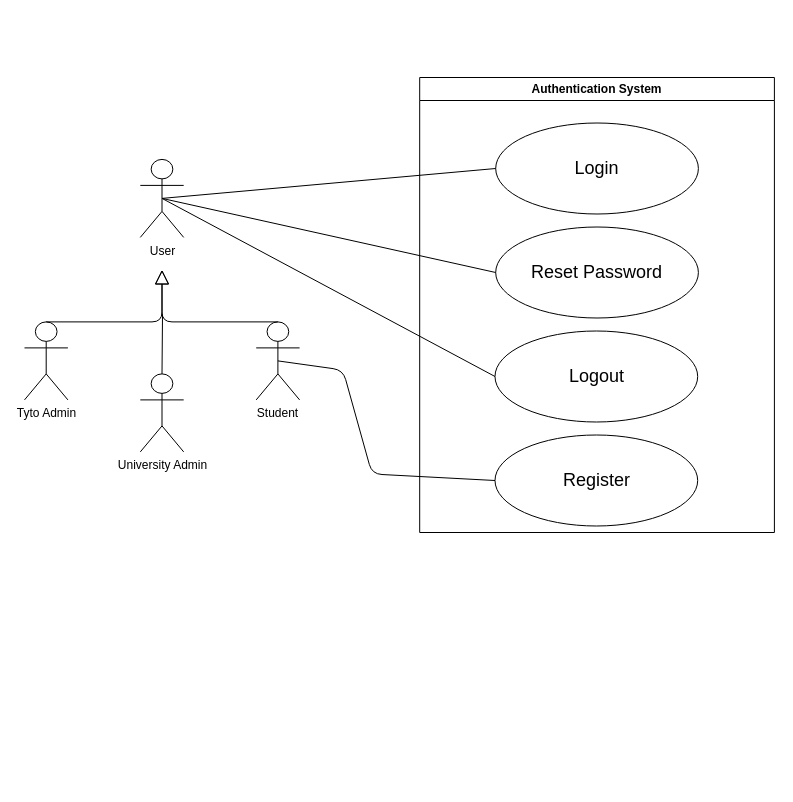
Above: page "Authentication System" (1 of 16) of dev/diagrams/requirements/Requirements.drawio in COS301-SE-2026/UMTAS (draw.io), before the change. Source tidied: cells renumbered, new cells numbered last; positions are measured from the earlier drawing's top-left corner, leaving out a move shared by most shapes. Both pictures are drawn from the tidied source at 100%, with x=0, y=0 at pixel (24, 77).
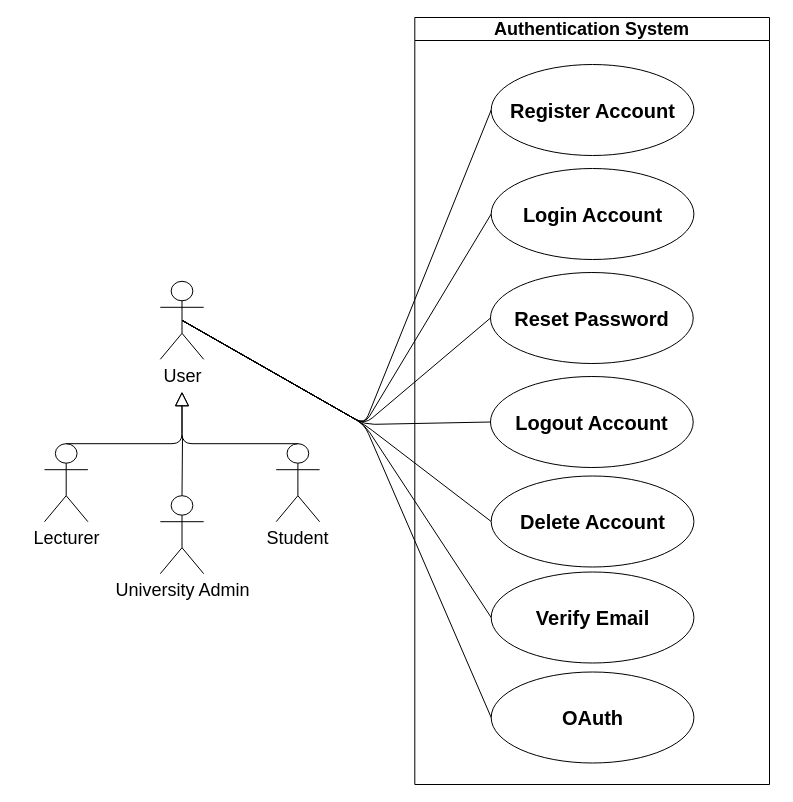
After the change.

Diff of the diagram source:
```diff
@@
-    <mxCell id="2" style="group;" parent="1" vertex="1">
-      <mxGeometry width="750" height="455" as="geometry" />
-    </mxCell>
-    <mxCell id="3" style="group;" parent="2" vertex="1">
-      <mxGeometry y="81.9" width="275.1" height="292.5" as="geometry" />
-    </mxCell>
+    <mxCell id="22" style="group;" parent="1" vertex="1">
+      <mxGeometry x="20" y="-60" width="725" height="767" as="geometry" />
+    </mxCell>
+    <mxCell id="21" style="endArrow=none;html=1;exitX=0.5;exitY=0;exitDx=0;exitDy=0;exitPerimeter=0;" parent="22" edge="1" source="7">
+      <mxGeometry relative="1" as="geometry">
+        <mxPoint x="138" y="418.9" as="targetPoint" />
+      </mxGeometry>
+    </mxCell>
+    <mxCell id="17" style="endArrow=none;html=1;exitX=0.5;exitY=0.5;exitDx=0;exitDy=0;exitPerimeter=0;entryX=0;entryY=0.5;entryDx=0;entryDy=0;" parent="22" edge="1" source="4" target="13">
+      <mxGeometry relative="1" as="geometry">
+        <Array as="points">
+          <mxPoint x="320" y="407" />
+        </Array>
+      </mxGeometry>
+    </mxCell>
+    <mxCell id="18" style="endArrow=none;html=1;exitX=0.5;exitY=0.5;exitDx=0;exitDy=0;exitPerimeter=0;entryX=0;entryY=0.5;entryDx=0;entryDy=0;" parent="22" edge="1" source="4" target="14">
+      <mxGeometry relative="1" as="geometry">
+        <Array as="points">
+          <mxPoint x="320" y="407" />
+        </Array>
+      </mxGeometry>
+    </mxCell>
+    <mxCell id="19" style="endArrow=none;html=1;entryX=0.5;entryY=0.5;entryDx=0;entryDy=0;entryPerimeter=0;exitX=0;exitY=0.5;exitDx=0;exitDy=0;" parent="22" edge="1" source="15" target="4">
+      <mxGeometry relative="1" as="geometry">
+        <Array as="points">
+          <mxPoint x="320" y="407" />
+        </Array>
+      </mxGeometry>
+    </mxCell>
+    <mxCell id="23" style="endArrow=none;html=1;exitX=0.5;exitY=0.5;exitDx=0;exitDy=0;exitPerimeter=0;entryX=0;entryY=0.5;entryDx=0;entryDy=0;" parent="22" edge="1" source="4" target="16">
+      <mxGeometry relative="1" as="geometry">
+        <Array as="points">
+          <mxPoint x="320" y="407" />
+        </Array>
+      </mxGeometry>
+    </mxCell>
+    <mxCell id="24" style="endArrow=none;html=1;exitX=0.5;exitY=0.5;exitDx=0;exitDy=0;exitPerimeter=0;entryX=0;entryY=0.5;entryDx=0;entryDy=0;" parent="22" edge="1" source="4" target="25">
+      <mxGeometry relative="1" as="geometry">
+        <Array as="points">
+          <mxPoint x="320" y="407" />
+        </Array>
+      </mxGeometry>
+    </mxCell>
-    <mxCell id="4" value="User" style="shape=umlActor;verticalLabelPosition=bottom;verticalAlign=top;html=1;outlineConnect=0;" parent="3" vertex="1">
-      <mxGeometry x="115.8" width="43.4" height="78" as="geometry" />
+    <mxCell id="4" value="&lt;font style=&quot;font-size: 18px;&quot;&gt;User&lt;/font&gt;" style="shape=umlActor;verticalLabelPosition=bottom;verticalAlign=top;html=1;outlineConnect=0;" parent="22" vertex="1">
+      <mxGeometry x="115.8" y="263.8" width="43.4" height="78" as="geometry" />
     </mxCell>
-    <mxCell id="5" style="group;" parent="3" vertex="1">
-      <mxGeometry y="110.5" width="275.1" height="182" as="geometry" />
-    </mxCell>
-    <mxCell id="6" value="Tyto Admin" style="shape=umlActor;verticalLabelPosition=bottom;verticalAlign=top;html=1;outlineConnect=0;" parent="5" vertex="1">
-      <mxGeometry y="52" width="43.4" height="78" as="geometry" />
+    <mxCell id="6" value="&lt;font style=&quot;font-size: 18px;&quot;&gt;Lecturer&lt;/font&gt;" style="shape=umlActor;verticalLabelPosition=bottom;verticalAlign=top;html=1;outlineConnect=0;" parent="22" vertex="1">
+      <mxGeometry y="426.2" width="43.4" height="78" as="geometry" />
     </mxCell>
-    <mxCell id="7" value="University Admin" style="shape=umlActor;verticalLabelPosition=bottom;verticalAlign=top;html=1;outlineConnect=0;" parent="5" vertex="1">
-      <mxGeometry x="115.8" y="104" width="43.4" height="78" as="geometry" />
+    <mxCell id="7" value="&lt;font style=&quot;font-size: 18px;&quot;&gt;University Admin&lt;/font&gt;" style="shape=umlActor;verticalLabelPosition=bottom;verticalAlign=top;html=1;outlineConnect=0;" parent="22" vertex="1">
+      <mxGeometry x="115.8" y="478.2" width="43.4" height="78" as="geometry" />
     </mxCell>
-    <mxCell id="8" value="Student" style="shape=umlActor;verticalLabelPosition=bottom;verticalAlign=top;html=1;outlineConnect=0;" parent="5" vertex="1">
-      <mxGeometry x="231.7" y="52" width="43.4" height="78" as="geometry" />
+    <mxCell id="8" value="&lt;font style=&quot;font-size: 18px;&quot;&gt;Student&lt;/font&gt;" style="shape=umlActor;verticalLabelPosition=bottom;verticalAlign=top;html=1;outlineConnect=0;" parent="22" vertex="1">
+      <mxGeometry x="231.7" y="426.2" width="43.4" height="78" as="geometry" />
     </mxCell>
-    <mxCell id="9" style="edgeStyle=none;html=1;endSize=12;endArrow=block;endFill=0;exitX=0.5;exitY=0;exitDx=0;exitDy=0;exitPerimeter=0;" parent="5" edge="1" source="6">
+    <mxCell id="9" style="edgeStyle=none;html=1;endSize=12;endArrow=block;endFill=0;exitX=0.5;exitY=0;exitDx=0;exitDy=0;exitPerimeter=0;" parent="22" edge="1" source="6">
       <mxGeometry relative="1" as="geometry">
-        <mxPoint x="137.5" as="targetPoint" />
+        <mxPoint x="137.5" y="374.2" as="targetPoint" />
         <Array as="points">
-          <mxPoint x="137.5" y="52" />
+          <mxPoint x="137.5" y="426.2" />
         </Array>
       </mxGeometry>
     </mxCell>
-    <mxCell id="10" style="edgeStyle=none;html=1;endSize=12;endArrow=block;endFill=0;exitX=0.5;exitY=0;exitDx=0;exitDy=0;exitPerimeter=0;" parent="5" edge="1" source="8">
+    <mxCell id="10" style="edgeStyle=none;html=1;endSize=12;endArrow=block;endFill=0;exitX=0.5;exitY=0;exitDx=0;exitDy=0;exitPerimeter=0;" parent="22" edge="1" source="8">
       <mxGeometry relative="1" as="geometry">
-        <mxPoint x="137.5" as="targetPoint" />
+        <mxPoint x="137.5" y="374.2" as="targetPoint" />
         <Array as="points">
-          <mxPoint x="137.5" y="52" />
+          <mxPoint x="137.5" y="426.2" />
         </Array>
       </mxGeometry>
     </mxCell>
-    <mxCell id="11" style="group;" parent="2" vertex="1">
-      <mxGeometry x="318.5" width="431.5" height="455" as="geometry" />
-    </mxCell>
-    <mxCell id="12" value="Authentication System" style="swimlane;whiteSpace=wrap;html=1;" parent="11" vertex="1">
-      <mxGeometry x="76.7" width="354.7" height="455" as="geometry" />
+    <mxCell id="12" value="&lt;font style=&quot;font-size: 18px;&quot;&gt;Authentication System&lt;/font&gt;" style="swimlane;whiteSpace=wrap;html=1;" parent="22" vertex="1">
+      <mxGeometry x="370.3" width="354.7" height="767" as="geometry" />
     </mxCell>
-    <mxCell id="13" value="&lt;font style=&quot;font-size: 18px;&quot;&gt;Logout&lt;/font&gt;" style="ellipse;whiteSpace=wrap;html=1;" parent="12" vertex="1">
-      <mxGeometry x="75.3" y="253.5" width="202.7" height="91" as="geometry" />
-    </mxCell>
-    <mxCell id="14" value="&lt;font style=&quot;font-size: 18px;&quot;&gt;Login&lt;/font&gt;" style="ellipse;whiteSpace=wrap;html=1;" parent="12" vertex="1">
-      <mxGeometry x="76" y="45.5" width="202.7" height="91" as="geometry" />
+    <mxCell id="14" value="&lt;font style=&quot;font-size: 20px;&quot;&gt;&lt;b&gt;Register Account&lt;/b&gt;&lt;/font&gt;" style="ellipse;whiteSpace=wrap;html=1;" parent="12" vertex="1">
+      <mxGeometry x="76.4" y="47" width="202.7" height="91" as="geometry" />
     </mxCell>
-    <mxCell id="15" value="&lt;font style=&quot;font-size: 18px;&quot;&gt;Reset Password&lt;/font&gt;" style="ellipse;whiteSpace=wrap;html=1;" parent="12" vertex="1">
-      <mxGeometry x="76" y="149.5" width="202.7" height="91" as="geometry" />
+    <mxCell id="15" value="&lt;font style=&quot;font-size: 20px;&quot;&gt;&lt;b&gt;Login Account&lt;/b&gt;&lt;/font&gt;" style="ellipse;whiteSpace=wrap;html=1;" parent="12" vertex="1">
+      <mxGeometry x="76.4" y="151" width="202.7" height="91" as="geometry" />
     </mxCell>
+    <mxCell id="13" value="&lt;font style=&quot;font-size: 20px;&quot;&gt;&lt;b&gt;Reset Password&lt;/b&gt;&lt;/font&gt;" style="ellipse;whiteSpace=wrap;html=1;" parent="12" vertex="1">
+      <mxGeometry x="75.7" y="255" width="202.7" height="91" as="geometry" />
+    </mxCell>
-    <mxCell id="16" value="&lt;font style=&quot;font-size: 18px;&quot;&gt;Register&lt;/font&gt;" style="ellipse;whiteSpace=wrap;html=1;" parent="12" vertex="1">
-      <mxGeometry x="75.3" y="357.5" width="202.7" height="91" as="geometry" />
+    <mxCell id="16" value="&lt;font style=&quot;font-size: 20px;&quot;&gt;&lt;b&gt;Logout Account&lt;/b&gt;&lt;/font&gt;" style="ellipse;whiteSpace=wrap;html=1;" parent="12" vertex="1">
+      <mxGeometry x="75.7" y="359" width="202.7" height="91" as="geometry" />
     </mxCell>
-    <mxCell id="17" style="endArrow=none;html=1;exitX=0.5;exitY=0.5;exitDx=0;exitDy=0;exitPerimeter=0;entryX=0;entryY=0.5;entryDx=0;entryDy=0;" parent="2" edge="1" source="4" target="13">
-      <mxGeometry relative="1" as="geometry" />
-    </mxCell>
-    <mxCell id="18" style="endArrow=none;html=1;exitX=0.5;exitY=0.5;exitDx=0;exitDy=0;exitPerimeter=0;entryX=0;entryY=0.5;entryDx=0;entryDy=0;" parent="2" edge="1" source="4" target="14">
-      <mxGeometry relative="1" as="geometry" />
-    </mxCell>
-    <mxCell id="19" style="endArrow=none;html=1;entryX=0.5;entryY=0.5;entryDx=0;entryDy=0;entryPerimeter=0;exitX=0;exitY=0.5;exitDx=0;exitDy=0;" parent="2" edge="1" source="15" target="4">
-      <mxGeometry relative="1" as="geometry" />
-    </mxCell>
-    <mxCell id="20" style="endArrow=none;html=1;exitX=0.5;exitY=0.5;exitDx=0;exitDy=0;exitPerimeter=0;entryX=0;entryY=0.5;entryDx=0;entryDy=0;" parent="2" edge="1" source="8" target="16">
-      <mxGeometry relative="1" as="geometry">
-        <Array as="points">
-          <mxPoint x="318.5" y="292.5" />
-          <mxPoint x="347.5" y="396.5" />
-        </Array>
-      </mxGeometry>
-    </mxCell>
-    <mxCell id="21" style="endArrow=none;html=1;exitX=0.5;exitY=0;exitDx=0;exitDy=0;exitPerimeter=0;" parent="1" edge="1" source="7">
-      <mxGeometry relative="1" as="geometry">
-        <mxPoint x="138" y="237" as="targetPoint" />
-      </mxGeometry>
-    </mxCell>
+    <mxCell id="25" value="&lt;font style=&quot;font-size: 20px;&quot;&gt;&lt;b&gt;Delete Account&lt;/b&gt;&lt;/font&gt;" style="ellipse;whiteSpace=wrap;html=1;" parent="12" vertex="1">
+      <mxGeometry x="76.4" y="458.5" width="202.7" height="91" as="geometry" />
+    </mxCell>
+    <mxCell id="26" value="&lt;font style=&quot;font-size: 20px;&quot;&gt;&lt;b&gt;Verify Email&lt;/b&gt;&lt;/font&gt;" style="ellipse;whiteSpace=wrap;html=1;" parent="12" vertex="1">
+      <mxGeometry x="76.4" y="554.5" width="202.7" height="91" as="geometry" />
+    </mxCell>
+    <mxCell id="27" value="&lt;font style=&quot;font-size: 20px;&quot;&gt;&lt;b&gt;OAuth&lt;/b&gt;&lt;/font&gt;" style="ellipse;whiteSpace=wrap;html=1;" parent="12" vertex="1">
+      <mxGeometry x="76.4" y="654.5" width="202.7" height="91" as="geometry" />
+    </mxCell>
+    <mxCell id="28" style="endArrow=none;html=1;exitX=0.5;exitY=0.5;exitDx=0;exitDy=0;exitPerimeter=0;entryX=0;entryY=0.5;entryDx=0;entryDy=0;" parent="22" edge="1" source="4" target="26">
+      <mxGeometry relative="1" as="geometry">
+        <Array as="points">
+          <mxPoint x="320" y="407" />
+        </Array>
+      </mxGeometry>
+    </mxCell>
+    <mxCell id="29" style="endArrow=none;html=1;exitX=0.5;exitY=0.5;exitDx=0;exitDy=0;exitPerimeter=0;entryX=0;entryY=0.5;entryDx=0;entryDy=0;" parent="22" edge="1" source="4" target="27">
+      <mxGeometry relative="1" as="geometry">
+        <Array as="points">
+          <mxPoint x="320" y="407" />
+        </Array>
+      </mxGeometry>
+    </mxCell>
```
